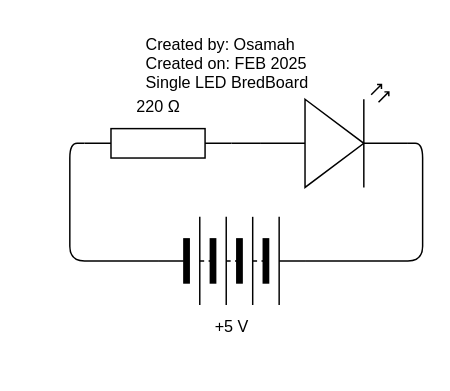
Earlier version of the draw.io diagram schematicdiagram.drawio (Osamah-Hasan/TEJ3M-Unit-2-03). Source tidied: cells renumbered, new cells numbered last; positions are measured from the earlier drawing's top-left corner, leaving out a move shared by most shapes. Both pictures are drawn from the tidied source at 147%, with x=0, y=0 at pixel (84, 25).
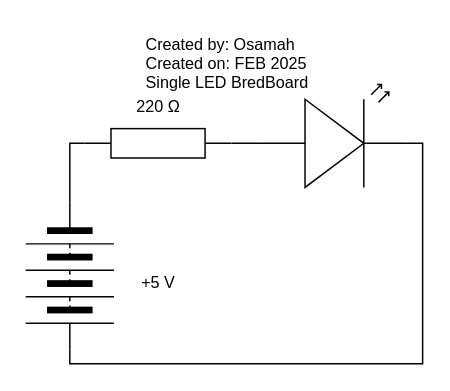
The same page after the edit.

Change to the diagram source:
```diff
@@
 <mxGraphModel>
   <root>
     <mxCell id="0" />
     <mxCell id="1" parent="0" />
     <mxCell id="2" style="verticalLabelPosition=bottom;shadow=0;dashed=0;align=center;html=1;verticalAlign=top;shape=mxgraph.electrical.resistors.resistor_1;" parent="1" vertex="1">
       <mxGeometry y="70" width="100" height="20" as="geometry" />
     </mxCell>
-    <mxCell id="3" style="edgeStyle=orthogonalEdgeStyle;html=1;exitX=1;exitY=0.57;exitDx=0;exitDy=0;exitPerimeter=0;entryX=1;entryY=0.5;entryDx=0;entryDy=0;endArrow=none;endFill=0;" parent="1" edge="1" source="4" target="5">
+    <mxCell id="3" style="edgeStyle=orthogonalEdgeStyle;html=1;exitX=1;exitY=0.57;exitDx=0;exitDy=0;exitPerimeter=0;entryX=1;entryY=0.5;entryDx=0;entryDy=0;endArrow=none;endFill=0;rounded=0;curved=0;" parent="1" edge="1" source="4" target="5">
       <mxGeometry relative="1" as="geometry" />
     </mxCell>
     <mxCell id="4" style="verticalLabelPosition=bottom;shadow=0;dashed=0;align=center;html=1;verticalAlign=top;shape=mxgraph.electrical.opto_electronics.led_2;" parent="1" vertex="1">
       <mxGeometry x="120" y="40" width="100" height="70" as="geometry" />
     </mxCell>
-    <mxCell id="5" style="verticalLabelPosition=bottom;shadow=0;dashed=0;align=center;html=1;verticalAlign=top;shape=mxgraph.electrical.miscellaneous.batteryStack;" parent="1" vertex="1">
-      <mxGeometry x="50" y="130" width="100" height="60" as="geometry" />
+    <mxCell id="5" style="verticalLabelPosition=bottom;shadow=0;dashed=0;align=center;html=1;verticalAlign=top;shape=mxgraph.electrical.miscellaneous.batteryStack;rotation=90;" parent="1" vertex="1">
+      <mxGeometry x="-60" y="140" width="100" height="60" as="geometry" />
     </mxCell>
     <mxCell id="6" style="edgeStyle=orthogonalEdgeStyle;shape=connector;rounded=1;html=1;exitX=1;exitY=0.5;exitDx=0;exitDy=0;exitPerimeter=0;entryX=0;entryY=0.57;entryDx=0;entryDy=0;entryPerimeter=0;strokeColor=default;align=center;verticalAlign=middle;fontFamily=Helvetica;fontSize=11;fontColor=default;labelBackgroundColor=default;endArrow=none;endFill=0;" parent="1" edge="1" source="2" target="4">
       <mxGeometry relative="1" as="geometry" />
     </mxCell>
-    <mxCell id="7" style="edgeStyle=orthogonalEdgeStyle;shape=connector;rounded=1;html=1;exitX=0;exitY=0.5;exitDx=0;exitDy=0;entryX=0;entryY=0.5;entryDx=0;entryDy=0;entryPerimeter=0;strokeColor=default;align=center;verticalAlign=middle;fontFamily=Helvetica;fontSize=11;fontColor=default;labelBackgroundColor=default;endArrow=none;endFill=0;" parent="1" edge="1" source="5" target="2">
+    <mxCell id="7" style="shape=connector;rounded=0;html=1;exitX=0;exitY=0.5;exitDx=0;exitDy=0;entryX=0;entryY=0.5;entryDx=0;entryDy=0;entryPerimeter=0;strokeColor=default;align=center;verticalAlign=middle;fontFamily=Helvetica;fontSize=11;fontColor=default;labelBackgroundColor=default;endArrow=none;endFill=0;edgeStyle=orthogonalEdgeStyle;curved=0;" parent="1" edge="1" source="5" target="2">
       <mxGeometry relative="1" as="geometry" />
     </mxCell>
     <mxCell id="8" value="+5 V" style="text;html=1;align=center;verticalAlign=middle;strokeColor=none;fillColor=none;fontFamily=Helvetica;fontSize=11;fontColor=default;labelBackgroundColor=default;" parent="1" vertex="1">
-      <mxGeometry x="75" y="190" width="50" height="30" as="geometry" />
+      <mxGeometry x="25" y="160" width="50" height="30" as="geometry" />
     </mxCell>
     <mxCell id="9" value="220&amp;nbsp;Ω" style="text;html=1;align=center;verticalAlign=middle;strokeColor=none;fillColor=none;fontFamily=Helvetica;fontSize=11;fontColor=default;labelBackgroundColor=default;" parent="1" vertex="1">
       <mxGeometry x="25" y="40" width="50" height="30" as="geometry" />
     </mxCell>
     <mxCell id="10" value="Created by: Osamah&#10;Created on: FEB 2025&#10;Single LED BredBoard" style="text;whiteSpace=wrap;fontFamily=Helvetica;fontSize=11;fontColor=default;labelBackgroundColor=default;" parent="1" vertex="1">
       <mxGeometry x="40" width="140" height="60" as="geometry" />
     </mxCell>
   </root>
 </mxGraphModel>
```
